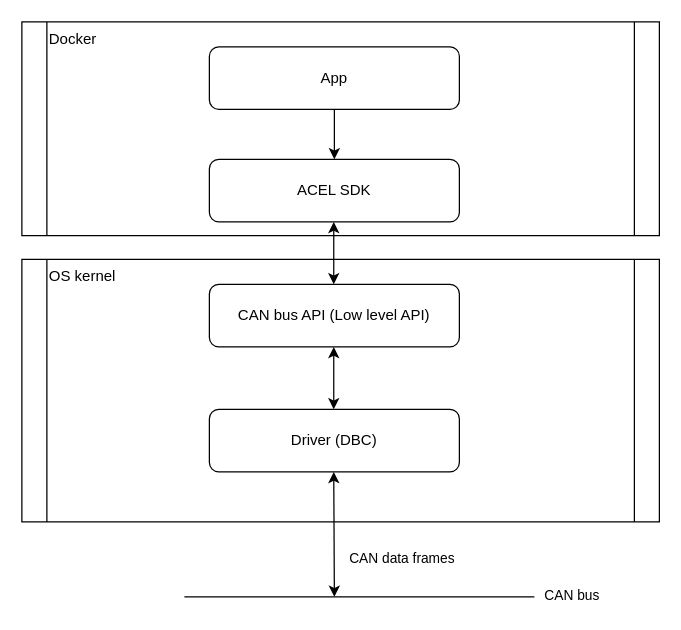
Earlier version of the draw.io diagram page "Software layer" (2 of 5) of auto steering system design.drawio (Dawei-S/Da). Source tidied: cells renumbered, new cells numbered last; positions are measured from the earlier drawing's top-left corner, leaving out a move shared by most shapes. Both pictures are drawn from the tidied source at 125%, with x=0, y=0 at pixel (21, 21).
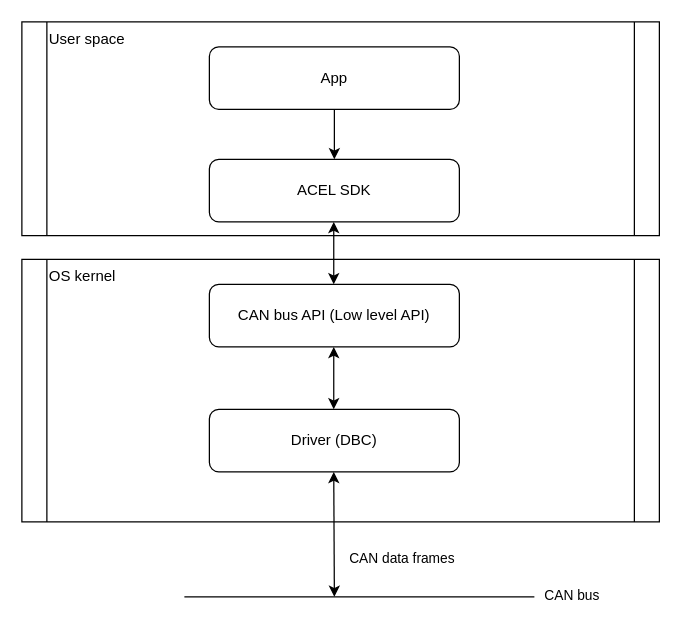
The same page after the edit.

What changed in the source:
```diff
@@
-    <mxCell id="2" value="Docker" style="shape=process;whiteSpace=wrap;html=1;backgroundOutline=1;fontColor=#000000;size=0.0392156862745098;align=left;horizontal=1;verticalAlign=top;" parent="1" vertex="1">
+    <mxCell id="2" value="User space" style="shape=process;whiteSpace=wrap;html=1;backgroundOutline=1;fontColor=#000000;size=0.0392156862745098;align=left;horizontal=1;verticalAlign=top;" parent="1" vertex="1">
       <mxGeometry width="510" height="171" as="geometry" />
     </mxCell>
```
